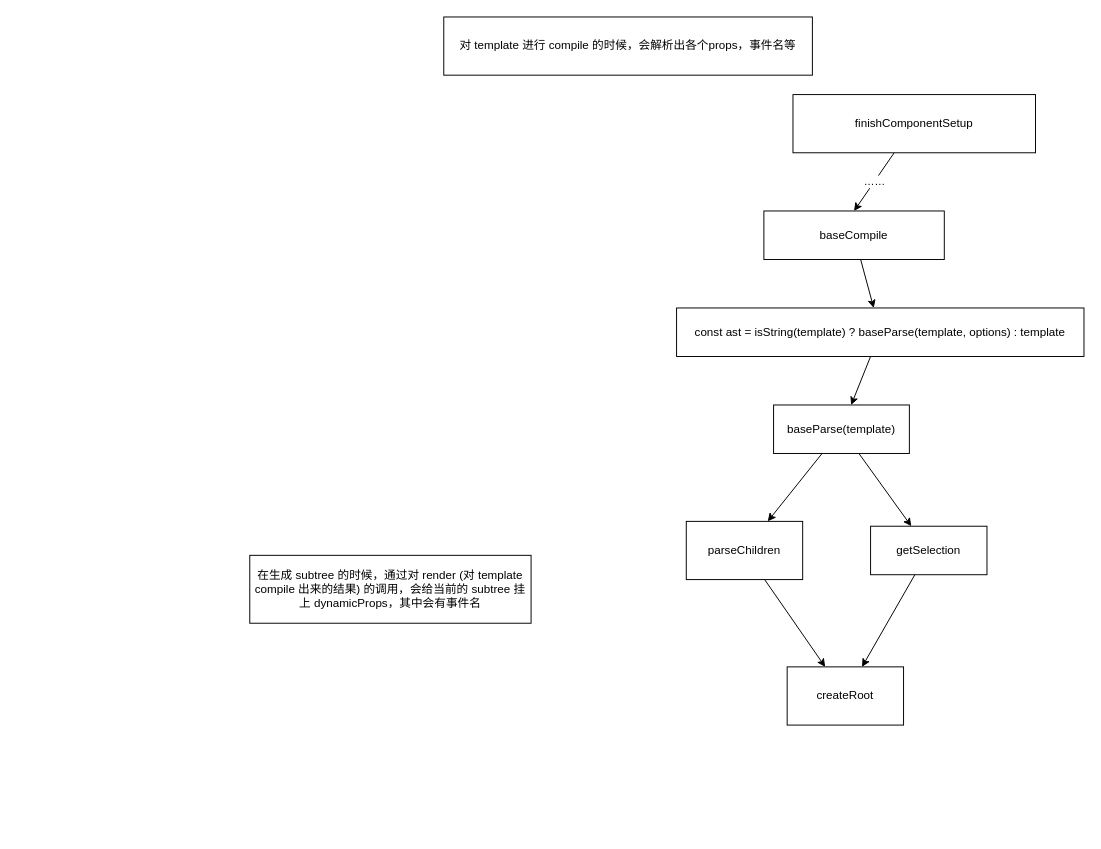
Before: vue-event.drawio in wine-fall/drawioDisk, a draw.io diagram. Source tidied: cells renumbered, new cells numbered last; positions are measured from the earlier drawing's top-left corner, leaving out a move shared by most shapes. Both pictures are drawn from the tidied source at 97%, with x=0, y=0 at pixel (249, 16).
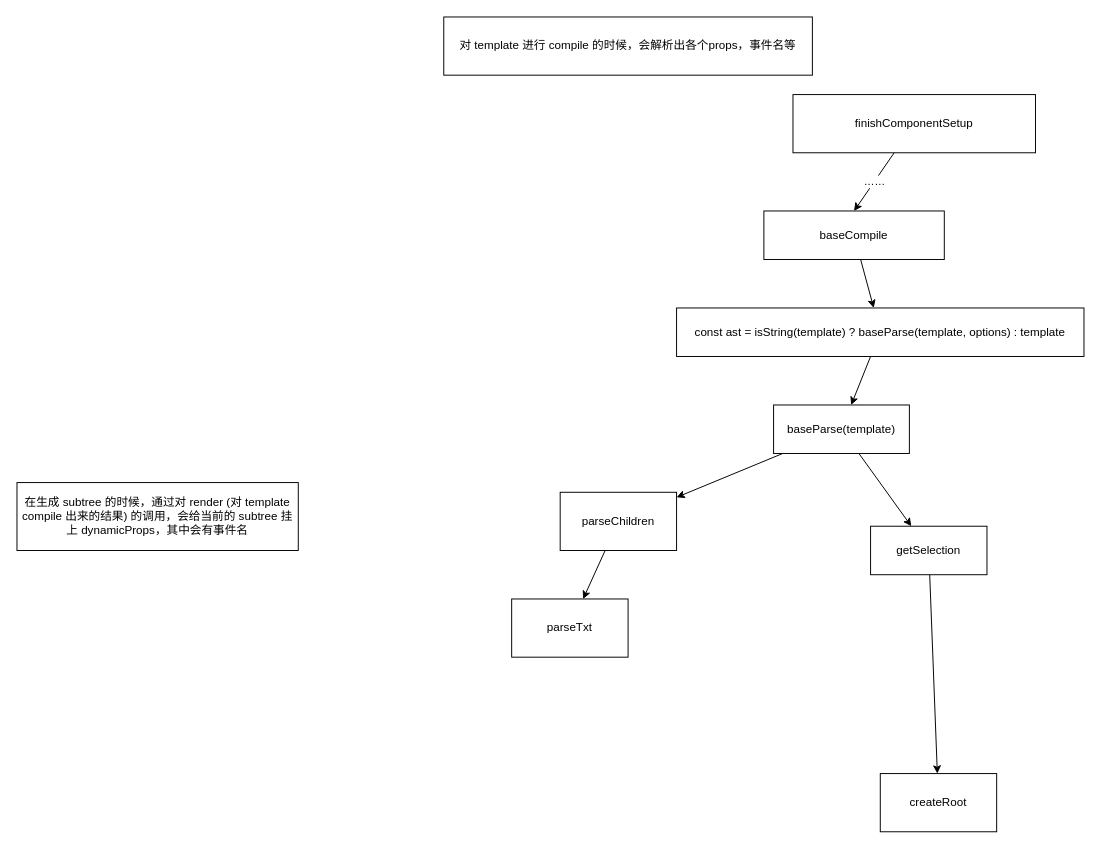
The same page after the edit.

What changed in the source:
```diff
@@
 <mxGraphModel>
   <root>
     <mxCell id="0" />
     <mxCell id="1" parent="0" />
     <mxCell id="2" value="在生成 subtree 的时候，通过对 render (对 template compile 出来的结果) 的调用，会给当前的 subtree 挂上 dynamicProps，其中会有事件名" style="rounded=0;whiteSpace=wrap;html=1;" parent="1" vertex="1">
-      <mxGeometry y="555" width="290" height="70" as="geometry" />
+      <mxGeometry x="-240" y="480" width="290" height="70" as="geometry" />
     </mxCell>
     <mxCell id="3" value="对 template 进行 compile 的时候，会解析出各个props，事件名等" style="rounded=0;whiteSpace=wrap;html=1;" parent="1" vertex="1">
       <mxGeometry x="200" width="380" height="60" as="geometry" />
     </mxCell>
     <mxCell id="4" style="rounded=0;jettySize=auto;html=1;entryX=0.5;entryY=0;entryDx=0;entryDy=0;" parent="1" edge="1" source="6" target="8">
       <mxGeometry relative="1" as="geometry" />
     </mxCell>
     <mxCell id="5" value="……" style="edgeLabel;html=1;align=center;verticalAlign=middle;" parent="4" vertex="1">
       <mxGeometry x="-0.02" y="-1" relative="1" as="geometry" />
     </mxCell>
     <mxCell id="6" value="finishComponentSetup" style="rounded=0;whiteSpace=wrap;html=1;" parent="1" vertex="1">
       <mxGeometry x="560" y="80" width="250" height="60" as="geometry" />
     </mxCell>
     <mxCell id="7" style="edgeStyle=none;rounded=0;jettySize=auto;html=1;" parent="1" edge="1" source="8" target="10">
       <mxGeometry relative="1" as="geometry" />
     </mxCell>
     <mxCell id="8" value="baseCompile" style="rounded=0;whiteSpace=wrap;html=1;" parent="1" vertex="1">
       <mxGeometry x="530" y="200" width="186" height="50" as="geometry" />
     </mxCell>
     <mxCell id="9" style="edgeStyle=none;rounded=0;jettySize=auto;html=1;" parent="1" edge="1" source="10" target="13">
       <mxGeometry relative="1" as="geometry" />
     </mxCell>
     <mxCell id="10" value="const ast = isString(template) ? baseParse(template, options) : template" style="rounded=0;whiteSpace=wrap;html=1;" parent="1" vertex="1">
       <mxGeometry x="440" y="300" width="420" height="50" as="geometry" />
     </mxCell>
     <mxCell id="11" style="edgeStyle=none;rounded=0;jettySize=auto;html=1;" parent="1" edge="1" source="13" target="15">
       <mxGeometry relative="1" as="geometry" />
     </mxCell>
     <mxCell id="12" style="edgeStyle=none;rounded=0;jettySize=auto;html=1;" parent="1" edge="1" source="13" target="17">
       <mxGeometry relative="1" as="geometry" />
     </mxCell>
     <mxCell id="13" value="baseParse(template)" style="rounded=0;whiteSpace=wrap;html=1;" parent="1" vertex="1">
       <mxGeometry x="540" y="400" width="140" height="50" as="geometry" />
     </mxCell>
-    <mxCell id="14" style="edgeStyle=none;rounded=0;jettySize=auto;html=1;" parent="1" edge="1" source="15" target="18">
-      <mxGeometry relative="1" as="geometry" />
-    </mxCell>
+    <mxCell id="19" style="edgeStyle=none;rounded=0;jettySize=auto;html=1;" parent="1" edge="1" source="15" target="20">
+      <mxGeometry relative="1" as="geometry" />
+    </mxCell>
     <mxCell id="15" value="parseChildren" style="rounded=0;whiteSpace=wrap;html=1;" parent="1" vertex="1">
-      <mxGeometry x="450" y="520" width="120" height="60" as="geometry" />
+      <mxGeometry x="320" y="490" width="120" height="60" as="geometry" />
     </mxCell>
     <mxCell id="16" style="edgeStyle=none;rounded=0;jettySize=auto;html=1;" parent="1" edge="1" source="17" target="18">
       <mxGeometry relative="1" as="geometry" />
     </mxCell>
     <mxCell id="17" value="getSelection" style="rounded=0;whiteSpace=wrap;html=1;" parent="1" vertex="1">
       <mxGeometry x="640" y="525" width="120" height="50" as="geometry" />
     </mxCell>
     <mxCell id="18" value="createRoot" style="rounded=0;whiteSpace=wrap;html=1;" parent="1" vertex="1">
-      <mxGeometry x="554" y="670" width="120" height="60" as="geometry" />
+      <mxGeometry x="650" y="780" width="120" height="60" as="geometry" />
     </mxCell>
+    <mxCell id="20" value="parseTxt" style="rounded=0;whiteSpace=wrap;html=1;" parent="1" vertex="1">
+      <mxGeometry x="270" y="600" width="120" height="60" as="geometry" />
+    </mxCell>
   </root>
 </mxGraphModel>
```
